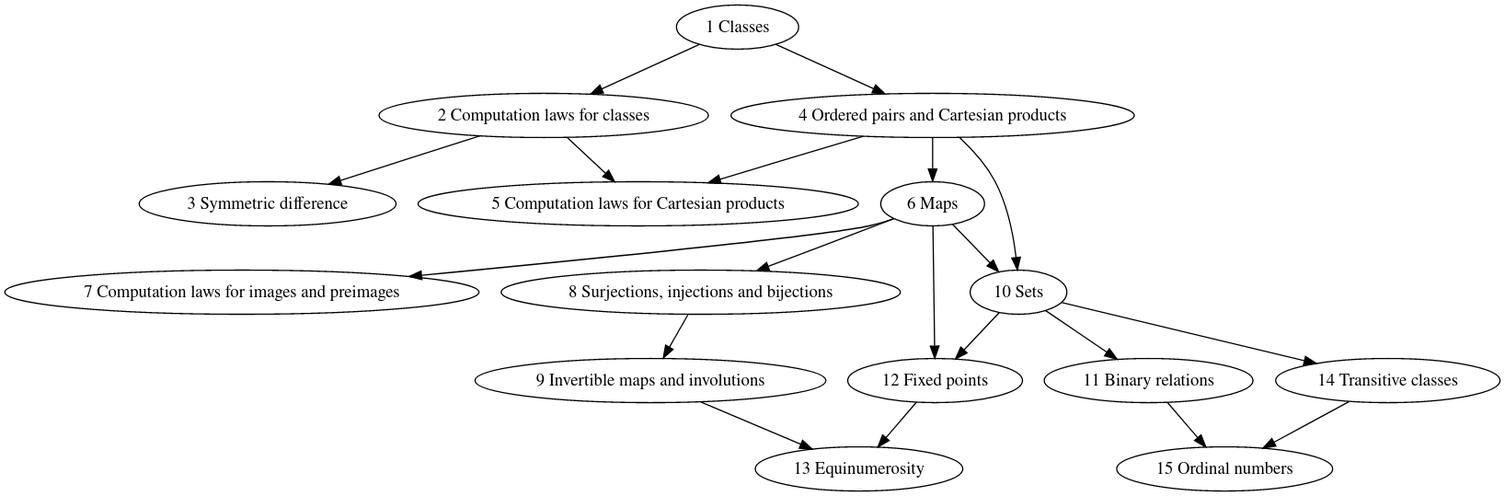
Above: examples/set-theory/dependency-graph/graph.png in naproche/naproche (Graphviz), before the change. Its source is kept beside it as examples/set-theory/dependency-graph/graph.dot. Source of this version:
```dot

digraph Sections {
    set_theory_01 [label = " 1 Classes"]
    set_theory_02 [label = " 2 Computation laws for classes"]
    set_theory_03 [label = " 3 Symmetric difference"]
    set_theory_04 [label = " 4 Ordered pairs and Cartesian products"]
    set_theory_05 [label = " 5 Computation laws for Cartesian products"]
    set_theory_06 [label = " 6 Maps"]
    set_theory_07 [label = " 7 Computation laws for images and preimages"]
    set_theory_08 [label = " 8 Surjections, injections and bijections"]
    set_theory_09 [label = " 9 Invertible maps and involutions"]
    set_theory_10 [label = "10 Sets"]
    set_theory_11 [label = "11 Binary relations"]
    set_theory_12 [label = "12 Fixed points"]
    set_theory_13 [label = "13 Equinumerosity"]
    set_theory_14 [label = "14 Transitive classes"]
    set_theory_15 [label = "15 Ordinal numbers"]

    set_theory_01                -> set_theory_02
    set_theory_02                -> set_theory_03
    set_theory_01                -> set_theory_04
    set_theory_02, set_theory_04 -> set_theory_05
    set_theory_04                -> set_theory_06
    set_theory_06                -> set_theory_07
    set_theory_06                -> set_theory_08
    set_theory_08                -> set_theory_09
    set_theory_04, set_theory_06 -> set_theory_10
    set_theory_10                -> set_theory_11
    set_theory_06, set_theory_10 -> set_theory_12
    set_theory_09, set_theory_12 -> set_theory_13
    set_theory_10                -> set_theory_14
    set_theory_11 ,set_theory_14 -> set_theory_15
}
```
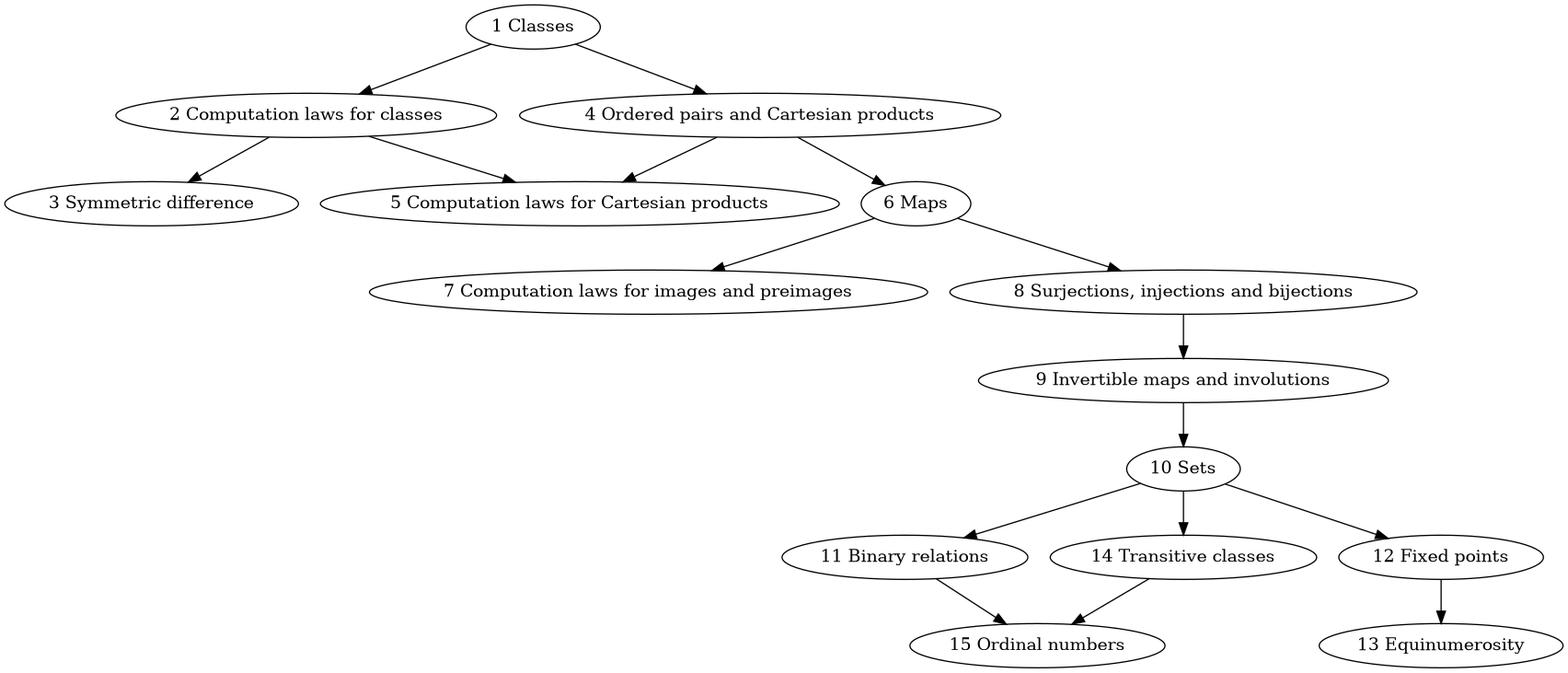
Later version of the same file.

Commit message:
Improve set theory library

What changed in the source:
```diff
@@ -1,14 +1,13 @@
-
 digraph Sections {
-    set_theory_01 [label = " 1 Classes"]
-    set_theory_02 [label = " 2 Computation laws for classes"]
-    set_theory_03 [label = " 3 Symmetric difference"]
-    set_theory_04 [label = " 4 Ordered pairs and Cartesian products"]
-    set_theory_05 [label = " 5 Computation laws for Cartesian products"]
-    set_theory_06 [label = " 6 Maps"]
-    set_theory_07 [label = " 7 Computation laws for images and preimages"]
-    set_theory_08 [label = " 8 Surjections, injections and bijections"]
-    set_theory_09 [label = " 9 Invertible maps and involutions"]
+    set_theory_01 [label = "1 Classes"]
+    set_theory_02 [label = "2 Computation laws for classes"]
+    set_theory_03 [label = "3 Symmetric difference"]
+    set_theory_04 [label = "4 Ordered pairs and Cartesian products"]
+    set_theory_05 [label = "5 Computation laws for Cartesian products"]
+    set_theory_06 [label = "6 Maps"]
+    set_theory_07 [label = "7 Computation laws for images and preimages"]
+    set_theory_08 [label = "8 Surjections, injections and bijections"]
+    set_theory_09 [label = "9 Invertible maps and involutions"]
     set_theory_10 [label = "10 Sets"]
     set_theory_11 [label = "11 Binary relations"]
     set_theory_12 [label = "12 Fixed points"]
@@ -24,10 +23,10 @@
     set_theory_06                -> set_theory_07
     set_theory_06                -> set_theory_08
     set_theory_08                -> set_theory_09
-    set_theory_04, set_theory_06 -> set_theory_10
+    set_theory_09                -> set_theory_10
     set_theory_10                -> set_theory_11
-    set_theory_06, set_theory_10 -> set_theory_12
-    set_theory_09, set_theory_12 -> set_theory_13
+    set_theory_10                -> set_theory_12
+    set_theory_12                -> set_theory_13
     set_theory_10                -> set_theory_14
-    set_theory_11 ,set_theory_14 -> set_theory_15
+    set_theory_11, set_theory_14 -> set_theory_15
 }
```
